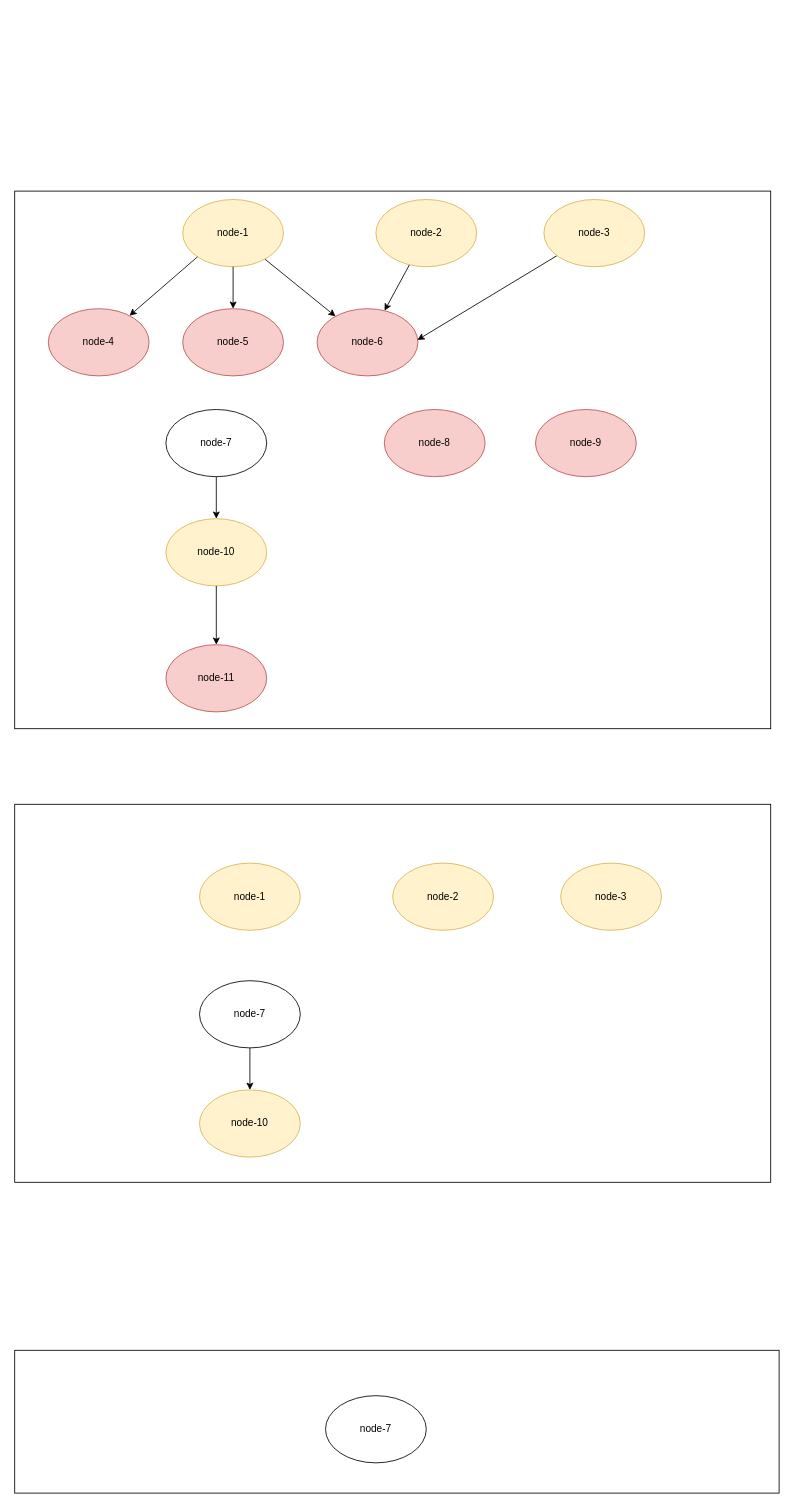
Above: docs/design/rekha-chitra-illustration-complete-graph.drawio in princerachit/rekha-chitra (draw.io), before the change. Source tidied: cells renumbered, new cells numbered last; positions are measured from the earlier drawing's top-left corner, leaving out a move shared by most shapes. Both pictures are drawn from the tidied source at 84%, with x=0, y=0 at pixel (14, 191).
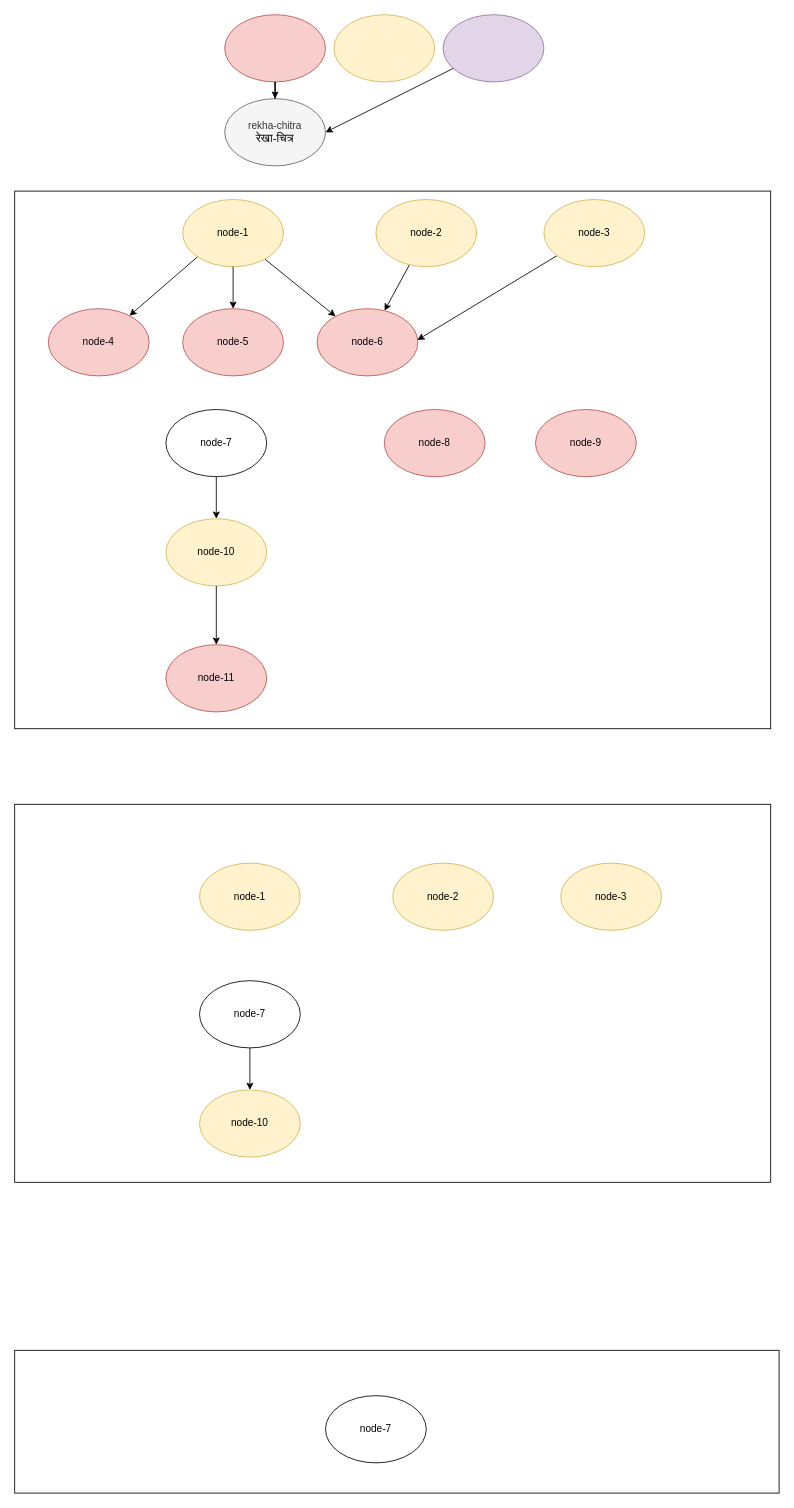
Above is the later version.

Change to the diagram source:
```diff
@@
+    <mxCell id="33" style="group;" parent="1" vertex="1">
+      <mxGeometry x="250" y="-210" width="380" height="180" as="geometry" />
+    </mxCell>
+    <mxCell id="34" style="ellipse;whiteSpace=wrap;html=1;fillColor=#f8cecc;strokeColor=#b85450;" parent="33" vertex="1">
+      <mxGeometry width="120" height="80" as="geometry" />
+    </mxCell>
+    <mxCell id="35" style="ellipse;whiteSpace=wrap;html=1;fillColor=#fff2cc;strokeColor=#d6b656;" parent="33" vertex="1">
+      <mxGeometry x="130" width="120" height="80" as="geometry" />
+    </mxCell>
+    <mxCell id="36" style="ellipse;whiteSpace=wrap;html=1;fillColor=#e1d5e7;strokeColor=#9673a6;" parent="33" vertex="1">
+      <mxGeometry x="260" width="120" height="80" as="geometry" />
+    </mxCell>
+    <mxCell id="37" value="rekha-chitra&lt;br style=&quot;border-color: var(--border-color); color: rgb(0, 0, 0); font-size: 14px;&quot;&gt;&lt;span style=&quot;color: rgb(0, 0, 0); font-size: 14px;&quot;&gt;रेखा-चित्र&lt;/span&gt;" style="ellipse;whiteSpace=wrap;html=1;fillColor=#f5f5f5;fontColor=#333333;strokeColor=#666666;" parent="33" vertex="1">
+      <mxGeometry y="100" width="120" height="80" as="geometry" />
+    </mxCell>
+    <mxCell id="38" style="edgeStyle=orthogonalEdgeStyle;rounded=0;jettySize=auto;html=1;entryX=0.5;entryY=0;entryDx=0;entryDy=0;" parent="33" edge="1" source="34" target="37">
+      <mxGeometry relative="1" as="geometry" />
+    </mxCell>
+    <mxCell id="39" style="rounded=0;jettySize=auto;html=1;entryX=1;entryY=0.5;entryDx=0;entryDy=0;" parent="33" edge="1" source="36" target="37">
+      <mxGeometry relative="1" as="geometry" />
+    </mxCell>
```
